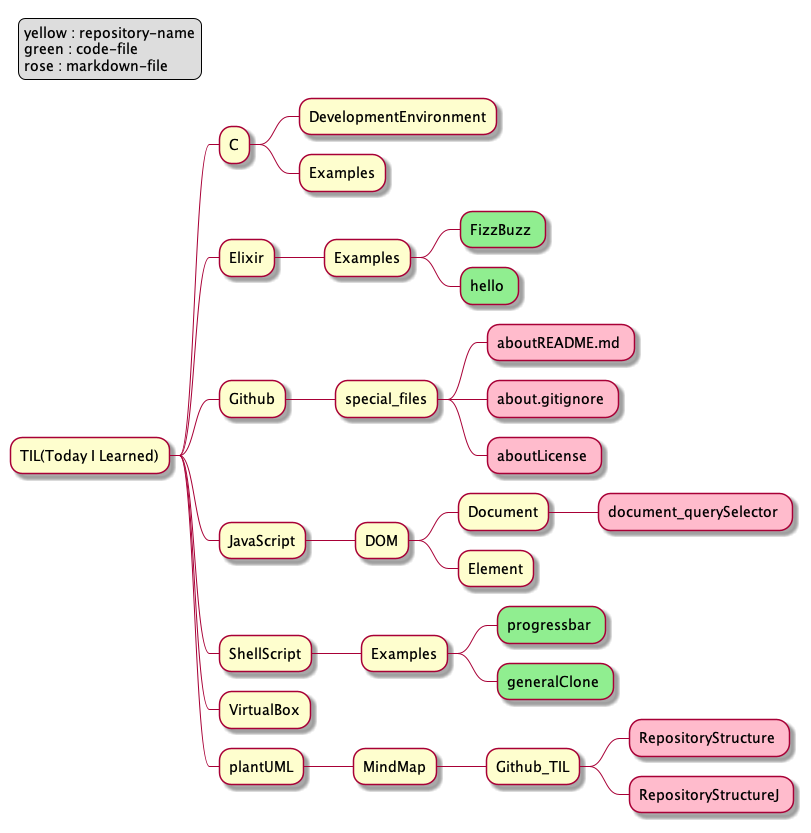
The PlantUML diagram RepositoryStructure.png in sudo-roa/TIL, before a commit.
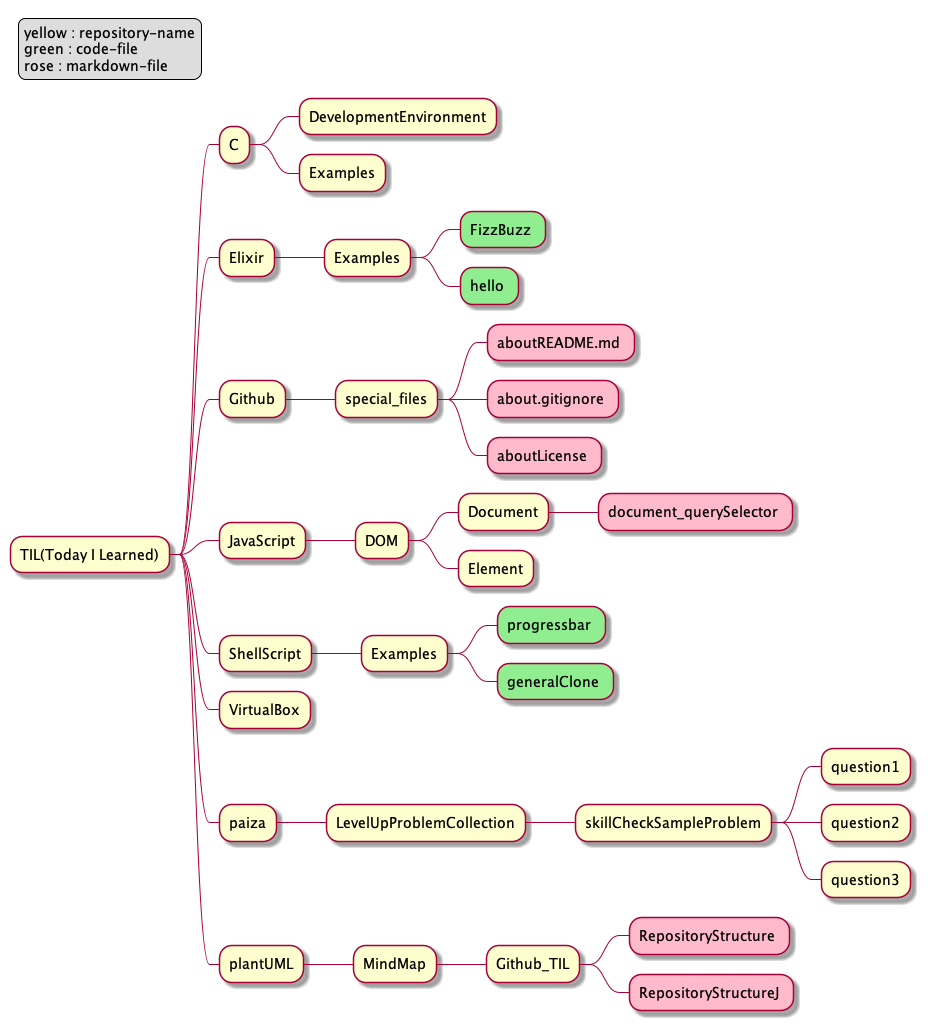
Later version of the same file.

Change to the diagram source:
```diff
@@ -40,6 +40,13 @@
 
 ** VirtualBox
 
+** paiza
+*** LevelUpProblemCollection
+**** skillCheckSampleProblem
+***** question1
+***** question2
+***** question3
+
 ** plantUML
 *** MindMap
 **** Github_TIL
```
